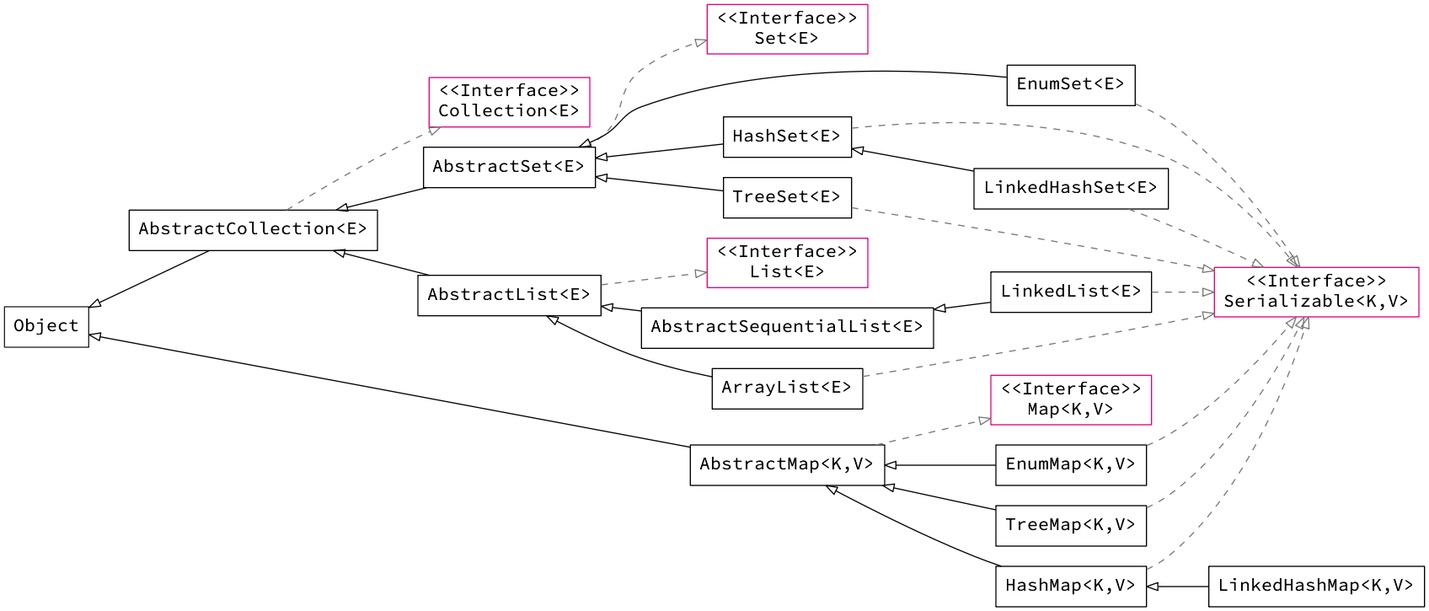
Jeanhwea/jeanhwea.github.io keeps this Graphviz diagram as static/image/2019/07/java-collections.png. Above is the earlier version. Its source is kept beside it as static/image/2019/07/java-collections.dot.
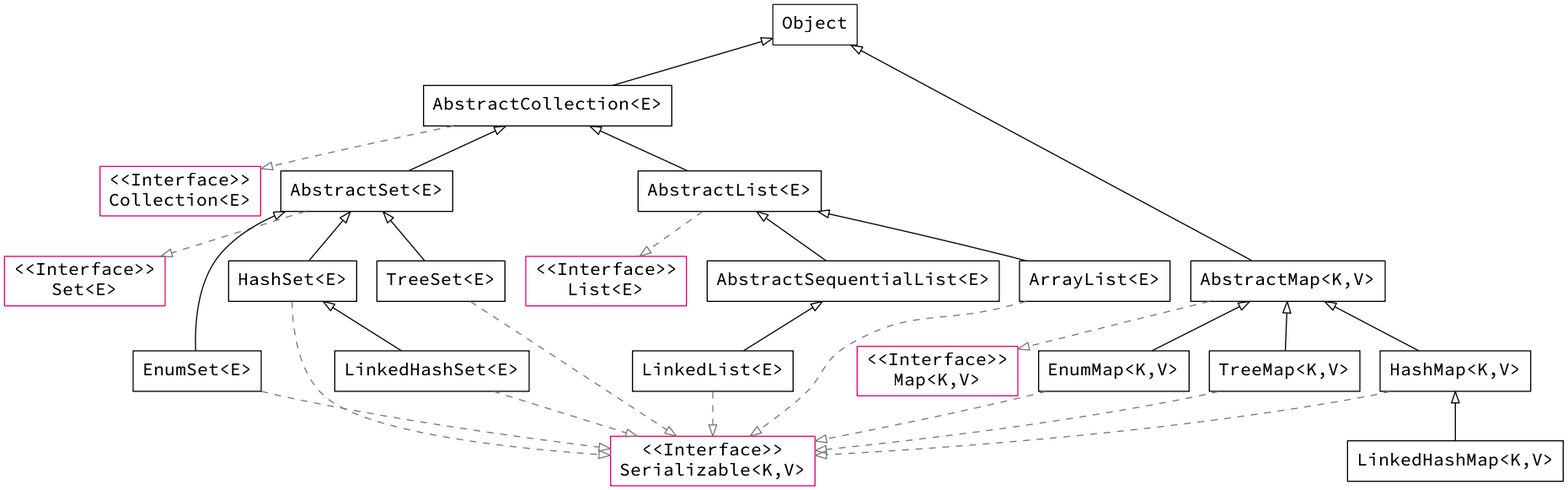
Later version of the same file.

What changed in the source:
```diff
@@ -1,5 +1,4 @@
 digraph javaCollection {
-  rankdir=LR;
   node[shape="box"; fontname="Source Code Pro"; fontsize=16 fontcolor="#000000"];
 
   node[color="#222222"];
```
